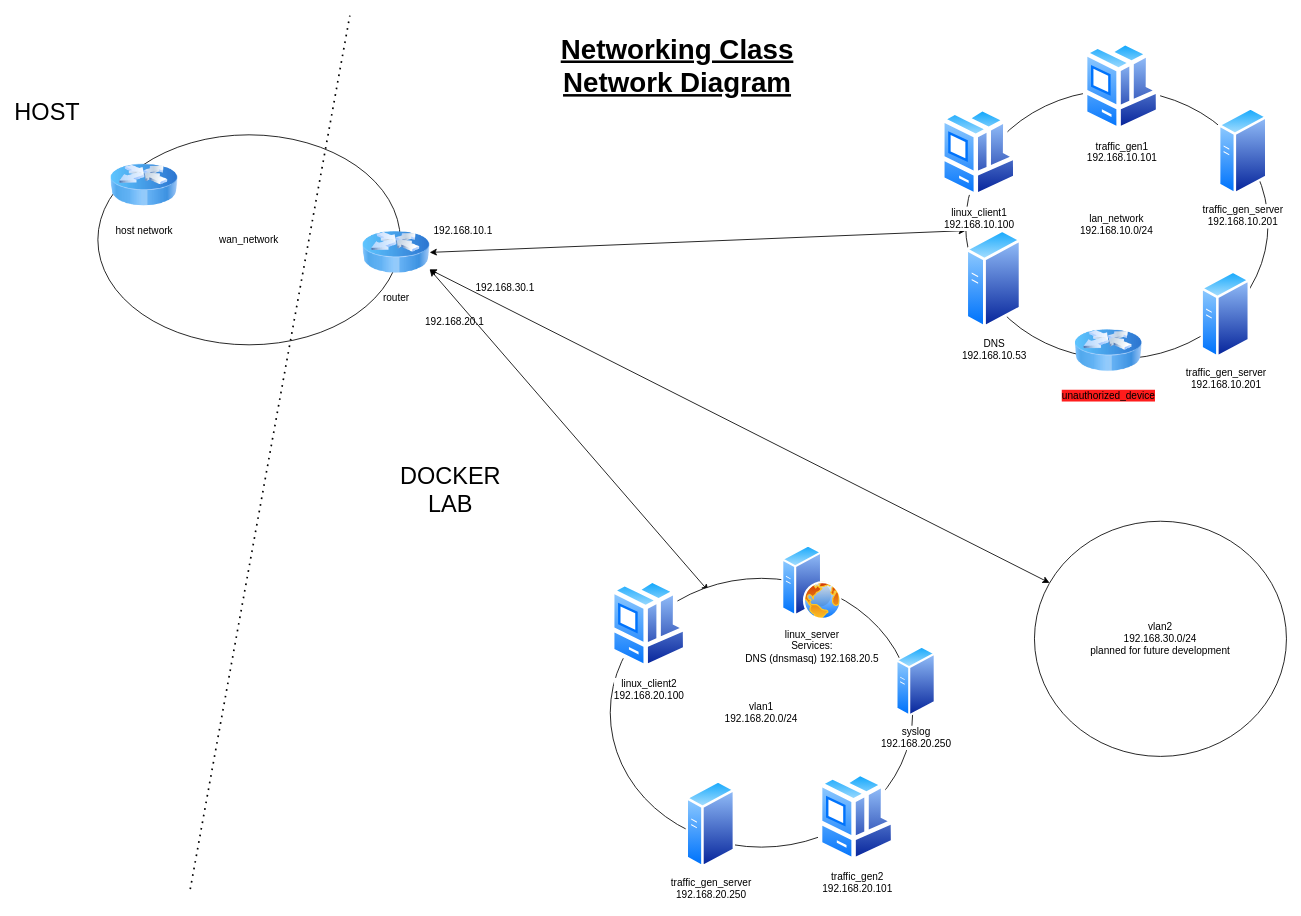
Before: Networking Class January Drill/NetworkingLab.drawio in butgreg/Exercises, a draw.io diagram. Source tidied: cells renumbered, new cells numbered last; positions are measured from the earlier drawing's top-left corner, leaving out a move shared by most shapes. Both pictures are drawn from the tidied source at 84%, with x=0, y=0 at pixel (22, 15).
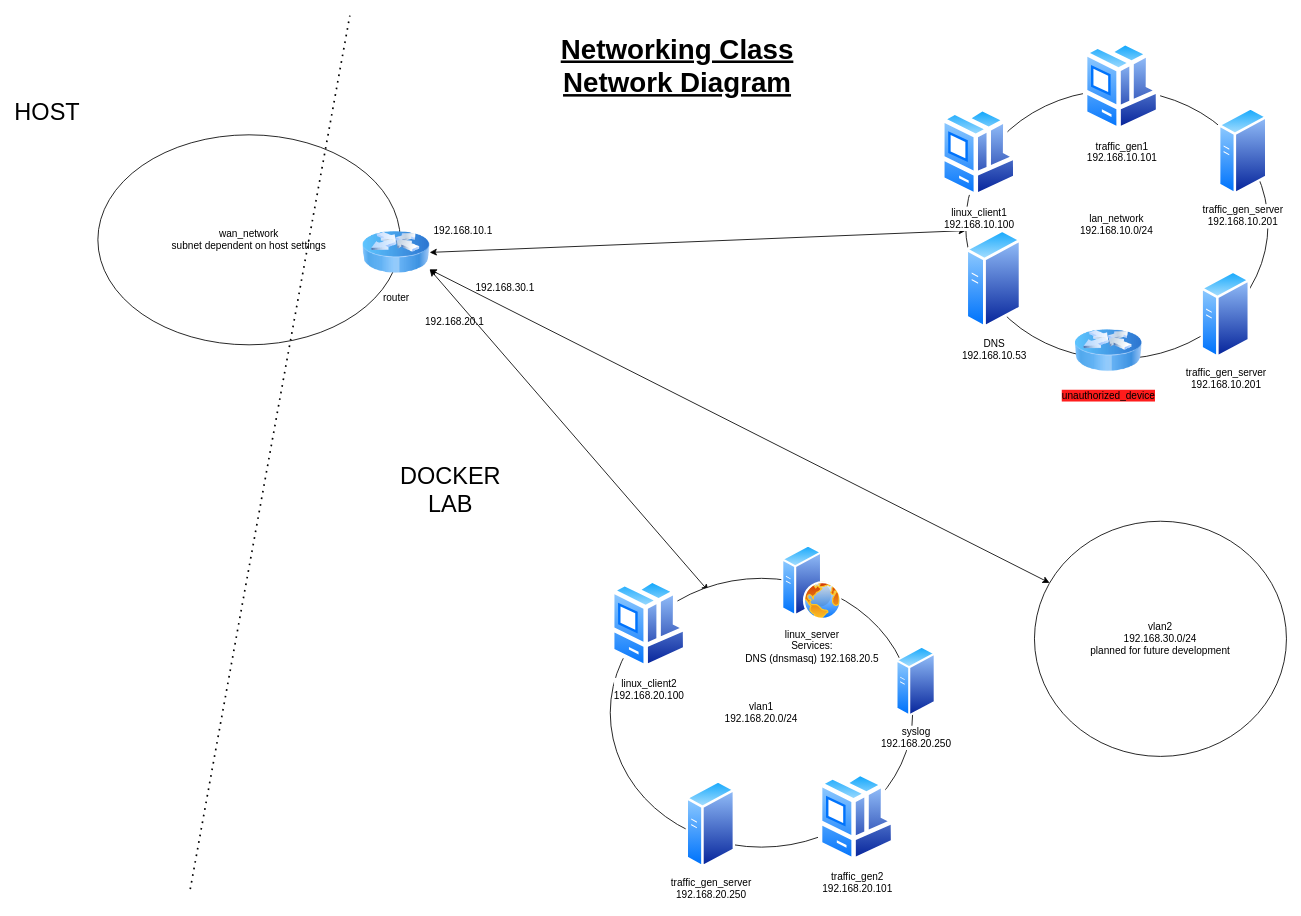
The same diagram, later.

The edit, as a diff of the source:
```diff
@@
-    <mxCell id="2" value="wan_network" style="ellipse;whiteSpace=wrap;html=1;" parent="1" vertex="1">
+    <mxCell id="2" value="wan_network&lt;br&gt;subnet dependent on host settings" style="ellipse;whiteSpace=wrap;html=1;" parent="1" vertex="1">
       <mxGeometry x="90" y="142" width="360" height="250" as="geometry" />
     </mxCell>
-    <mxCell id="3" value="host network" style="image;html=1;image=img/lib/clip_art/networking/Router_Icon_128x128.png;" parent="1" vertex="1">
-      <mxGeometry x="105" y="162" width="80" height="80" as="geometry" />
-    </mxCell>
```
